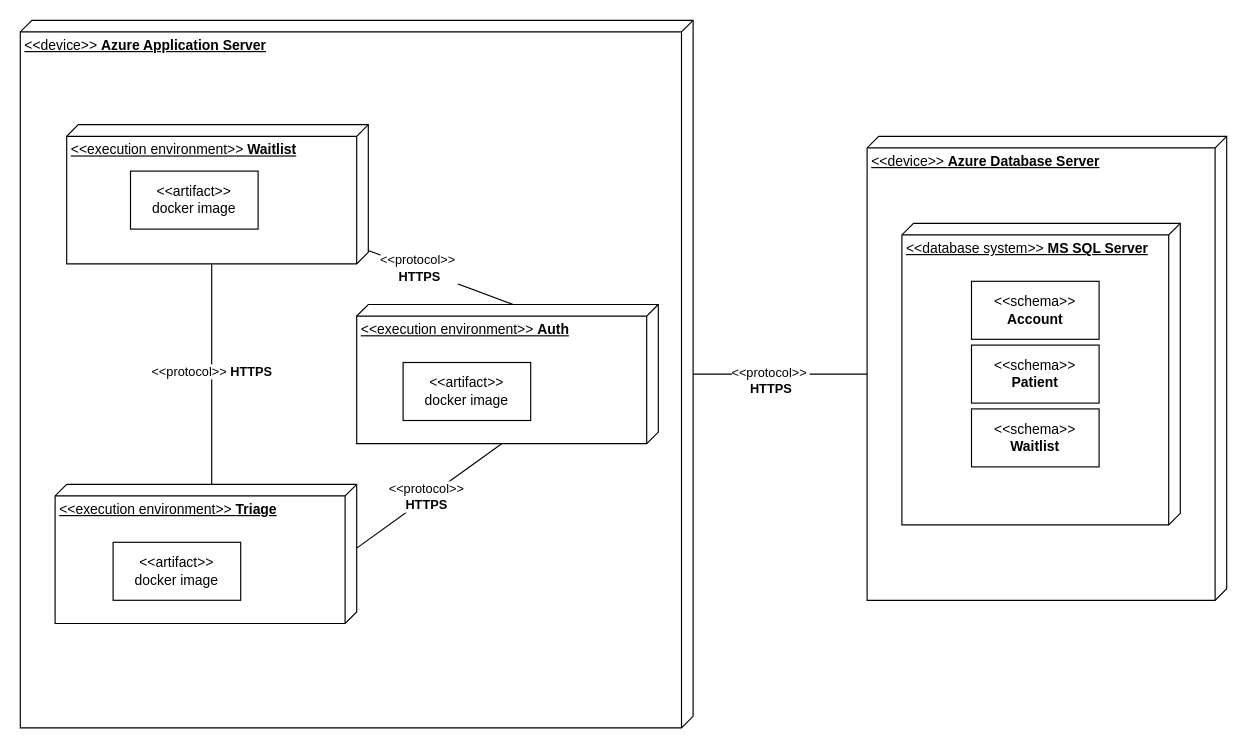
The draw.io diagram images/deployment_diagram.drawio in uvic-teach/project-m1-team1, before the edit. Source tidied: cells renumbered, new cells numbered last; positions are measured from the earlier drawing's top-left corner, leaving out a move shared by most shapes. Both pictures are drawn from the tidied source at 116%, with x=0, y=0 at pixel (20, 20).
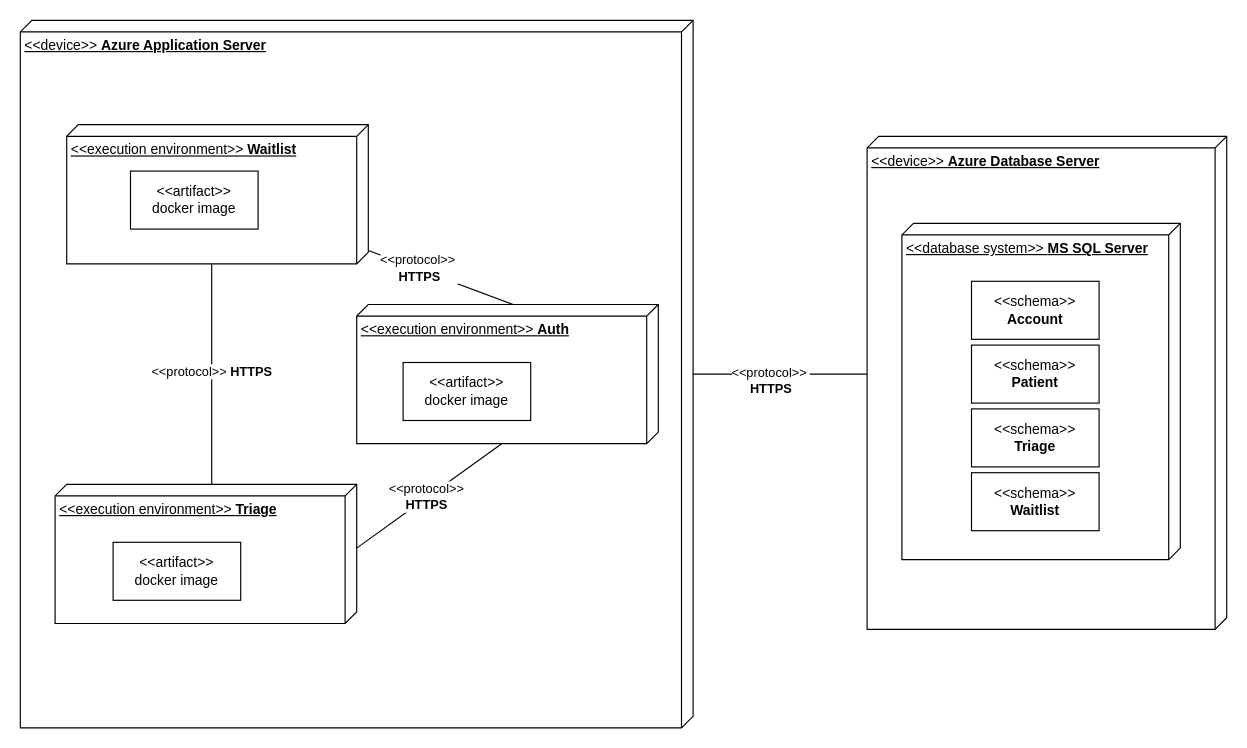
After the change.

What changed in the source:
```diff
@@
     <mxCell id="20" style="group;" parent="1" vertex="1">
-      <mxGeometry x="730" y="105" width="310" height="400" as="geometry" />
+      <mxGeometry x="730" y="105" width="310" height="420" as="geometry" />
     </mxCell>
     <mxCell id="21" value="&amp;lt;&amp;lt;device&amp;gt;&amp;gt; &lt;b&gt;Azure Database Server&lt;/b&gt;" style="verticalAlign=top;align=left;spacingTop=8;spacingLeft=2;spacingRight=12;shape=cube;size=10;direction=south;fontStyle=4;html=1;whiteSpace=wrap;" parent="20" vertex="1">
-      <mxGeometry y="-5" width="310" height="400" as="geometry" />
+      <mxGeometry y="-5" width="310" height="425" as="geometry" />
     </mxCell>
-    <mxCell id="22" style="group;" parent="20" vertex="1">
-      <mxGeometry x="30" y="70" width="240" height="260" as="geometry" />
-    </mxCell>
-    <mxCell id="23" value="&amp;lt;&amp;lt;database system&amp;gt;&amp;gt; &lt;b&gt;MS SQL Server&lt;/b&gt;" style="verticalAlign=top;align=left;spacingTop=8;spacingLeft=2;spacingRight=12;shape=cube;size=10;direction=south;fontStyle=4;html=1;whiteSpace=wrap;" parent="22" vertex="1">
-      <mxGeometry width="240" height="260" as="geometry" />
+    <mxCell id="23" value="&amp;lt;&amp;lt;database system&amp;gt;&amp;gt; &lt;b&gt;MS SQL Server&lt;/b&gt;" style="verticalAlign=top;align=left;spacingTop=8;spacingLeft=2;spacingRight=12;shape=cube;size=10;direction=south;fontStyle=4;html=1;whiteSpace=wrap;" parent="20" vertex="1">
+      <mxGeometry x="30" y="70" width="240" height="290" as="geometry" />
     </mxCell>
-    <mxCell id="24" value="&amp;lt;&amp;lt;schema&amp;gt;&amp;gt;&lt;br&gt;&lt;b&gt;Account&lt;/b&gt;" style="html=1;whiteSpace=wrap;" parent="22" vertex="1">
-      <mxGeometry x="60" y="50" width="110" height="50" as="geometry" />
+    <mxCell id="24" value="&amp;lt;&amp;lt;schema&amp;gt;&amp;gt;&lt;br&gt;&lt;b&gt;Account&lt;/b&gt;" style="html=1;whiteSpace=wrap;" parent="20" vertex="1">
+      <mxGeometry x="90" y="120" width="110" height="50" as="geometry" />
     </mxCell>
-    <mxCell id="25" value="&amp;lt;&amp;lt;schema&amp;gt;&amp;gt;&lt;br&gt;&lt;b&gt;Patient&lt;/b&gt;" style="html=1;whiteSpace=wrap;" parent="22" vertex="1">
-      <mxGeometry x="60" y="105" width="110" height="50" as="geometry" />
+    <mxCell id="25" value="&amp;lt;&amp;lt;schema&amp;gt;&amp;gt;&lt;br&gt;&lt;b&gt;Patient&lt;/b&gt;" style="html=1;whiteSpace=wrap;" parent="20" vertex="1">
+      <mxGeometry x="90" y="175" width="110" height="50" as="geometry" />
     </mxCell>
-    <mxCell id="26" value="&amp;lt;&amp;lt;schema&amp;gt;&amp;gt;&lt;br&gt;&lt;b&gt;Waitlist&lt;/b&gt;" style="html=1;whiteSpace=wrap;" parent="22" vertex="1">
-      <mxGeometry x="60" y="160" width="110" height="50" as="geometry" />
+    <mxCell id="26" value="&amp;lt;&amp;lt;schema&amp;gt;&amp;gt;&lt;br&gt;&lt;b&gt;Triage&lt;/b&gt;" style="html=1;whiteSpace=wrap;" parent="20" vertex="1">
+      <mxGeometry x="90" y="230" width="110" height="50" as="geometry" />
     </mxCell>
+    <mxCell id="27" value="&amp;lt;&amp;lt;schema&amp;gt;&amp;gt;&lt;br&gt;&lt;b&gt;Waitlist&lt;/b&gt;" style="html=1;whiteSpace=wrap;" parent="20" vertex="1">
+      <mxGeometry x="90" y="285" width="110" height="50" as="geometry" />
+    </mxCell>
```
